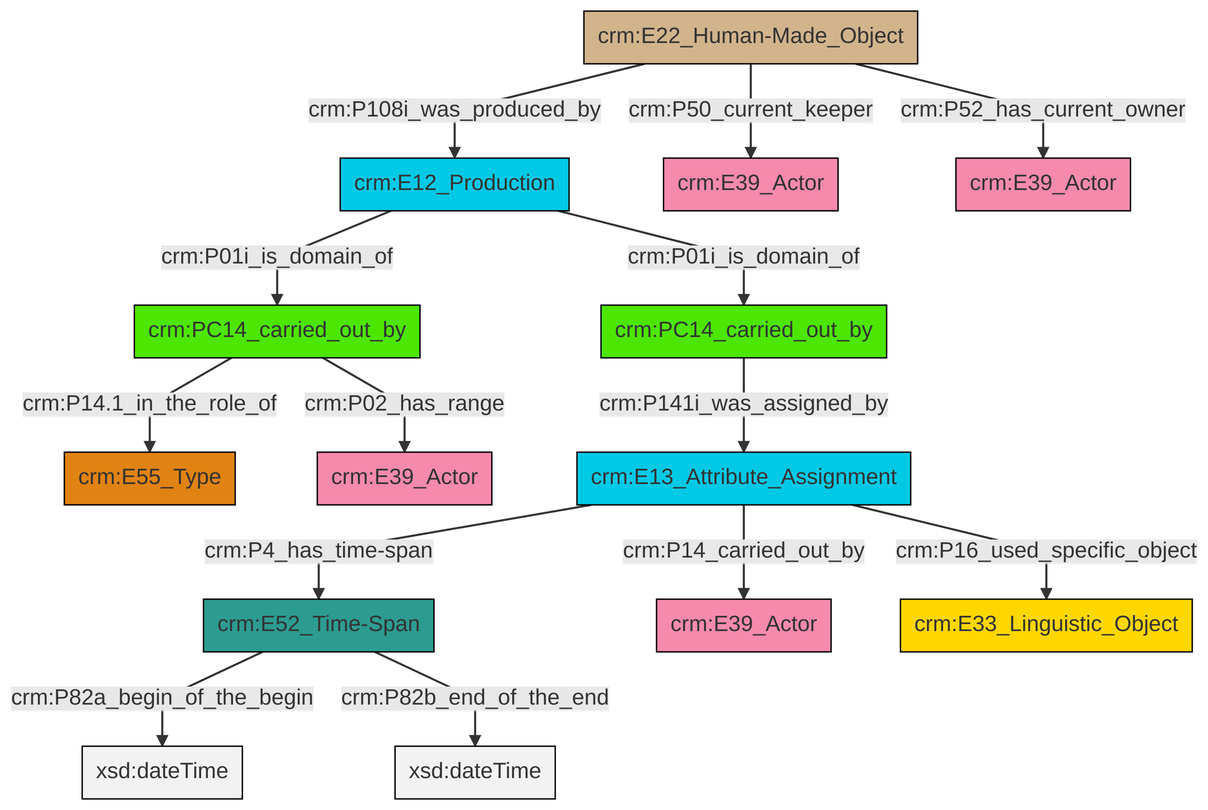
Before: et/carrierCSV/ttl/mmd/png/carrier_relations.png, a diagram exported from Mermaid (swiss-art-research-net/docs.swissartresearch). Its source is kept beside it as et/carrierCSV/ttl/mmd/carrier_relations.ttl.mmd.
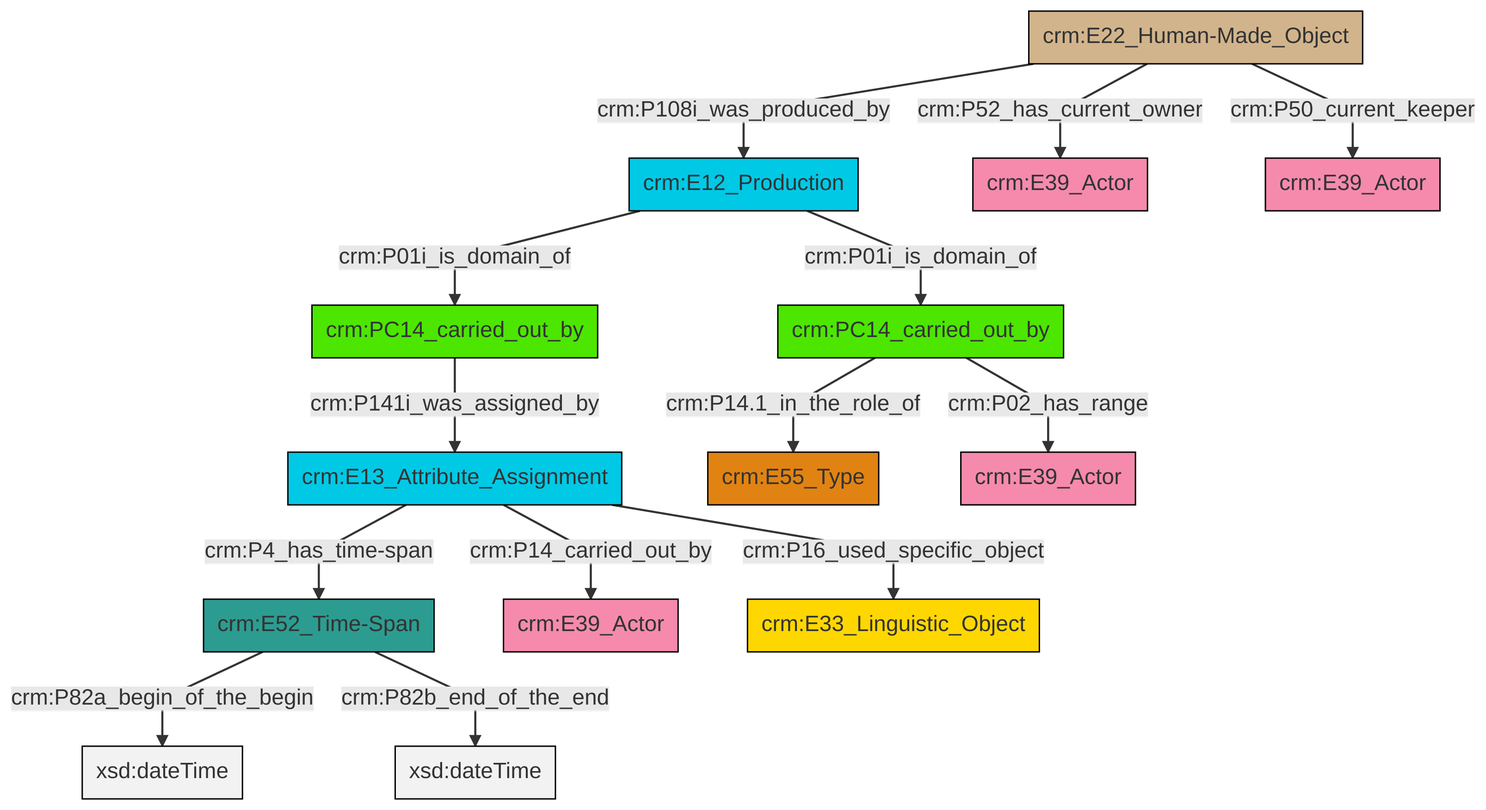
After the commit.

Diff of the diagram source:
```diff
@@ -13,16 +13,16 @@
 classDef PC_Classes fill:#4ce600, stroke:#000000;
 classDef Multi fill:#cccccc,stroke:#000000;
 
-0["crm:E12_Production"]:::Temporal_Entity -->|crm:P01i_is_domain_of| 2["crm:PC14_carried_out_by"]:::PC_Classes
-7["crm:E22_Human-Made_Object"]:::Physical_Thing -->|crm:P50_current_keeper| 5["crm:E39_Actor"]:::Actor
-2["crm:PC14_carried_out_by"]:::PC_Classes -->|crm:P02_has_range| 8["crm:E39_Actor"]:::Actor
-9["crm:E52_Time-Span"]:::Time-Span -->|crm:P82a_begin_of_the_begin| 10[xsd:dateTime]:::Literal
-0["crm:E12_Production"]:::Temporal_Entity -->|crm:P01i_is_domain_of| 11["crm:PC14_carried_out_by"]:::PC_Classes
-7["crm:E22_Human-Made_Object"]:::Physical_Thing -->|crm:P52_has_current_owner| 12["crm:E39_Actor"]:::Actor
-11["crm:PC14_carried_out_by"]:::PC_Classes -->|crm:P141i_was_assigned_by| 16["crm:E13_Attribute_Assignment"]:::Temporal_Entity
-16["crm:E13_Attribute_Assignment"]:::Temporal_Entity -->|crm:P14_carried_out_by| 17["crm:E39_Actor"]:::Actor
-16["crm:E13_Attribute_Assignment"]:::Temporal_Entity -->|crm:P4_has_time-span| 9["crm:E52_Time-Span"]:::Time-Span
-16["crm:E13_Attribute_Assignment"]:::Temporal_Entity -->|crm:P16_used_specific_object| 19["crm:E33_Linguistic_Object"]:::Conceptual_Object
-2["crm:PC14_carried_out_by"]:::PC_Classes -->|crm:P14.1_in_the_role_of| 3["crm:E55_Type"]:::Type
-9["crm:E52_Time-Span"]:::Time-Span -->|crm:P82b_end_of_the_end| 25[xsd:dateTime]:::Literal
-7["crm:E22_Human-Made_Object"]:::Physical_Thing -->|crm:P108i_was_produced_by| 0["crm:E12_Production"]:::Temporal_Entity
+2["crm:E13_Attribute_Assignment"]:::Temporal_Entity -->|crm:P4_has_time-span| 3["crm:E52_Time-Span"]:::Time-Span
+3["crm:E52_Time-Span"]:::Time-Span -->|crm:P82a_begin_of_the_begin| 9[xsd:dateTime]:::Literal
+5["crm:E22_Human-Made_Object"]:::Physical_Thing -->|crm:P108i_was_produced_by| 11["crm:E12_Production"]:::Temporal_Entity
+11["crm:E12_Production"]:::Temporal_Entity -->|crm:P01i_is_domain_of| 16["crm:PC14_carried_out_by"]:::PC_Classes
+3["crm:E52_Time-Span"]:::Time-Span -->|crm:P82b_end_of_the_end| 19[xsd:dateTime]:::Literal
+2["crm:E13_Attribute_Assignment"]:::Temporal_Entity -->|crm:P16_used_specific_object| 20["crm:E33_Linguistic_Object"]:::Conceptual_Object
+2["crm:E13_Attribute_Assignment"]:::Temporal_Entity -->|crm:P14_carried_out_by| 7["crm:E39_Actor"]:::Actor
+0["crm:PC14_carried_out_by"]:::PC_Classes -->|crm:P14.1_in_the_role_of| 12["crm:E55_Type"]:::Type
+0["crm:PC14_carried_out_by"]:::PC_Classes -->|crm:P02_has_range| 22["crm:E39_Actor"]:::Actor
+5["crm:E22_Human-Made_Object"]:::Physical_Thing -->|crm:P50_current_keeper| 17["crm:E39_Actor"]:::Actor
+11["crm:E12_Production"]:::Temporal_Entity -->|crm:P01i_is_domain_of| 0["crm:PC14_carried_out_by"]:::PC_Classes
+16["crm:PC14_carried_out_by"]:::PC_Classes -->|crm:P141i_was_assigned_by| 2["crm:E13_Attribute_Assignment"]:::Temporal_Entity
+5["crm:E22_Human-Made_Object"]:::Physical_Thing -->|crm:P52_has_current_owner| 14["crm:E39_Actor"]:::Actor
```
